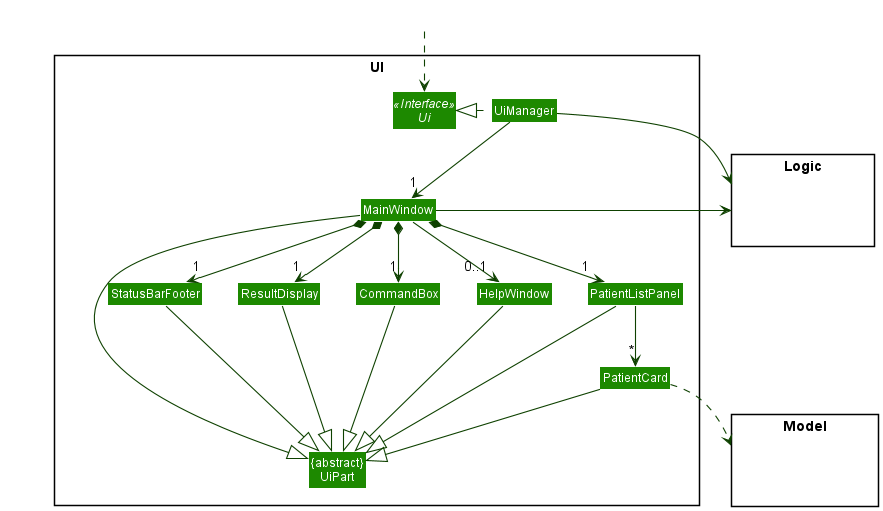
Before: docs/diagrams/UiClassDiagram.png, a diagram exported from PlantUML (rish-16/tp). The source it was exported from:
```plantuml
@startuml
!include style.puml
skinparam arrowThickness 1.1
skinparam arrowColor UI_COLOR_T4
skinparam classBackgroundColor UI_COLOR

package UI <<Rectangle>>{
Interface Ui <<Interface>>
Class "{abstract}\nUiPart" as UiPart
Class UiManager
Class MainWindow
Class HelpWindow
Class ResultDisplay
Class PatientListPanel
Class PatientCard
Class StatusBarFooter
Class CommandBox
}

package Model <<Rectangle>> {
Class HiddenModel #FFFFFF
}

package Logic <<Rectangle>> {
Class HiddenLogic #FFFFFF
}

Class HiddenOutside #FFFFFF
HiddenOutside ..> Ui

UiManager .left.|> Ui
UiManager -down-> "1" MainWindow
MainWindow *-down->  "1" CommandBox
MainWindow *-down-> "1" ResultDisplay
MainWindow *-down-> "1" PatientListPanel
MainWindow *-down-> "1" StatusBarFooter
MainWindow --> "0..1" HelpWindow

PatientListPanel -down-> "*" PatientCard

MainWindow -left-|> UiPart

ResultDisplay --|> UiPart
CommandBox --|> UiPart
PatientListPanel --|> UiPart
PatientCard --|> UiPart
StatusBarFooter --|> UiPart
HelpWindow --|> UiPart

PatientCard ..> Model
UiManager -right-> Logic
MainWindow -left-> Logic

PatientListPanel -[hidden]left- HelpWindow
HelpWindow -[hidden]left- CommandBox
CommandBox -[hidden]left- ResultDisplay
ResultDisplay -[hidden]left- StatusBarFooter

MainWindow -[hidden]-|> UiPart
@enduml
```
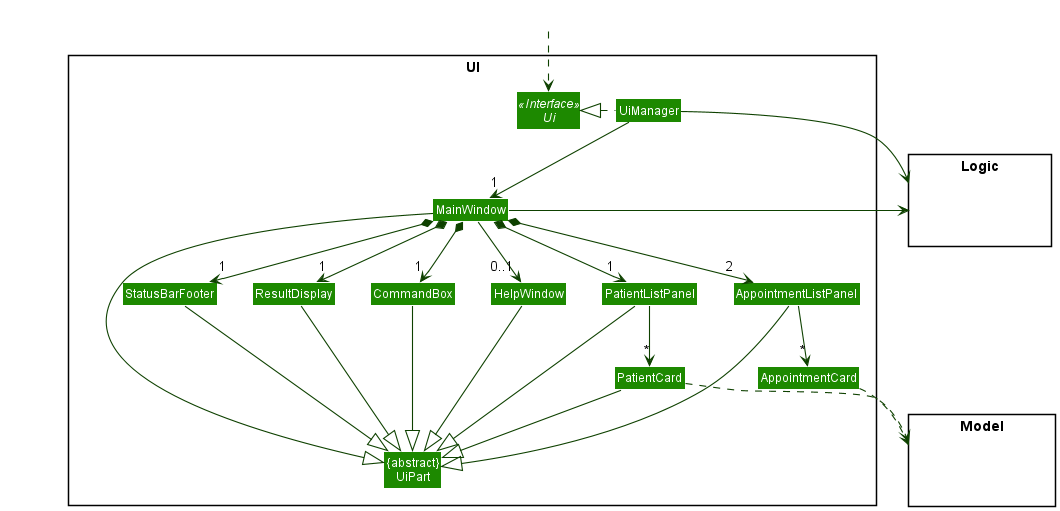
After the commit.

Change to the diagram source:
```diff
@@ -12,7 +12,9 @@
 Class HelpWindow
 Class ResultDisplay
 Class PatientListPanel
+Class AppointmentListPanel
 Class PatientCard
+Class AppointmentCard
 Class StatusBarFooter
 Class CommandBox
 }
@@ -34,19 +36,23 @@
 MainWindow *-down-> "1" ResultDisplay
 MainWindow *-down-> "1" PatientListPanel
 MainWindow *-down-> "1" StatusBarFooter
+MainWindow *-down-> "2" AppointmentListPanel
 MainWindow --> "0..1" HelpWindow
 
 PatientListPanel -down-> "*" PatientCard
+AppointmentListPanel -down-> "*" AppointmentCard
 
 MainWindow -left-|> UiPart
 
 ResultDisplay --|> UiPart
 CommandBox --|> UiPart
 PatientListPanel --|> UiPart
+AppointmentListPanel --|> UiPart
 PatientCard --|> UiPart
 StatusBarFooter --|> UiPart
 HelpWindow --|> UiPart
 
+AppointmentCard ..> Model
 PatientCard ..> Model
 UiManager -right-> Logic
 MainWindow -left-> Logic
```
